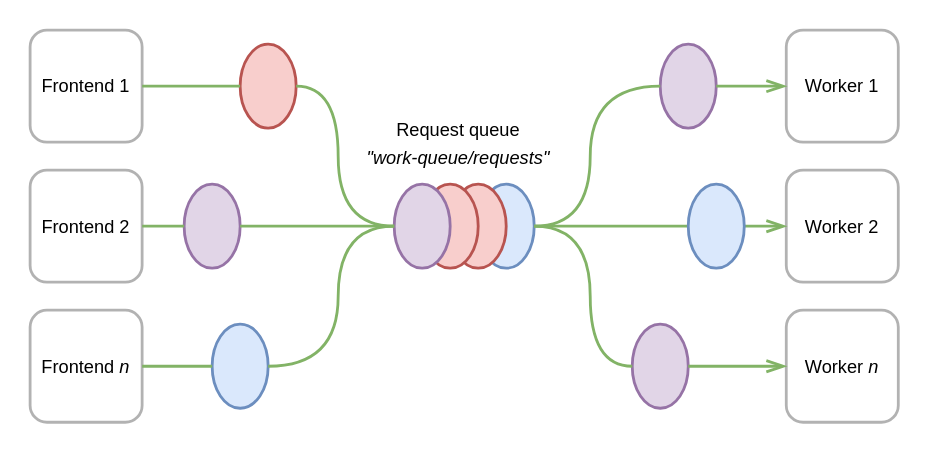
Above: docs/images/requests.svg in ssorj/upstate (draw.io), before the change. Source tidied: cells renumbered, new cells last; positions are measured from the earlier drawing's top-left corner, leaving out a move shared by most shapes. Source of this version:
```xml
<mxGraphModel>
  <root>
    <mxCell id="0" />
    <mxCell id="1" parent="0" />
    <mxCell id="2" style="ellipse;whiteSpace=wrap;html=1;strokeWidth=2;strokeColor=#6c8ebf;fontSize=13;fillColor=#dae8fc;" parent="1" vertex="1">
      <mxGeometry x="320" y="110" width="40" height="60" as="geometry" />
    </mxCell>
    <mxCell id="3" style="ellipse;whiteSpace=wrap;html=1;strokeWidth=2;strokeColor=#b85450;fontSize=13;fillColor=#f8cecc;" parent="1" vertex="1">
      <mxGeometry x="300" y="110" width="40" height="60" as="geometry" />
    </mxCell>
    <mxCell id="4" style="ellipse;whiteSpace=wrap;html=1;strokeWidth=2;strokeColor=#b85450;fontSize=13;fillColor=#f8cecc;" parent="1" vertex="1">
      <mxGeometry x="280" y="110" width="40" height="60" as="geometry" />
    </mxCell>
    <mxCell id="5" style="ellipse;whiteSpace=wrap;html=1;strokeWidth=2;strokeColor=#9673a6;fontSize=13;fillColor=#e1d5e7;" parent="1" vertex="1">
      <mxGeometry x="260" y="110" width="40" height="60" as="geometry" />
    </mxCell>
    <mxCell id="6" value="&lt;font style=&quot;font-size: 13px; line-height: 150%;&quot;&gt;Request queue&lt;br style=&quot;font-size: 13px;&quot;&gt;&lt;i style=&quot;font-size: 13px;&quot;&gt;&quot;work-queue/requests&quot;&lt;/i&gt;&lt;br style=&quot;font-size: 13px;&quot;&gt;&lt;/font&gt;" style="text;html=1;strokeColor=none;fillColor=none;align=center;verticalAlign=middle;whiteSpace=wrap;rounded=0;fontSize=13;" parent="1" vertex="1">
      <mxGeometry x="220" y="60" width="170" height="40" as="geometry" />
    </mxCell>
    <mxCell id="7" value="Worker 1" style="rounded=1;whiteSpace=wrap;html=1;strokeWidth=2;opacity=30;fontSize=13;fontFamily=Helvetica;" parent="1" vertex="1">
      <mxGeometry x="540" width="80" height="80" as="geometry" />
    </mxCell>
    <mxCell id="8" value="Worker 2" style="rounded=1;whiteSpace=wrap;html=1;strokeWidth=2;opacity=30;fontSize=13;fontFamily=Helvetica;" parent="1" vertex="1">
      <mxGeometry x="540" y="100" width="80" height="80" as="geometry" />
    </mxCell>
    <mxCell id="9" value="Worker &lt;i style=&quot;font-size: 13px;&quot;&gt;n&lt;/i&gt;&lt;br style=&quot;font-size: 13px;&quot;&gt;" style="rounded=1;whiteSpace=wrap;html=1;strokeWidth=2;opacity=30;fontSize=13;fontFamily=Helvetica;" parent="1" vertex="1">
      <mxGeometry x="540" y="200" width="80" height="80" as="geometry" />
    </mxCell>
    <mxCell id="10" style="ellipse;whiteSpace=wrap;html=1;strokeWidth=2;strokeColor=#9673a6;fontSize=13;fillColor=#e1d5e7;" parent="1" vertex="1">
      <mxGeometry x="450" y="10" width="40" height="60" as="geometry" />
    </mxCell>
    <mxCell id="11" style="ellipse;whiteSpace=wrap;html=1;strokeWidth=2;strokeColor=#9673a6;fontSize=13;fillColor=#e1d5e7;" parent="1" vertex="1">
      <mxGeometry x="430" y="210" width="40" height="60" as="geometry" />
    </mxCell>
    <mxCell id="12" style="edgeStyle=orthogonalEdgeStyle;html=1;exitX=1;exitY=0.5;entryX=0;entryY=0.5;jettySize=auto;curved=1;endArrow=openThin;endFill=0;endSize=10;targetPerimeterSpacing=0;sourcePerimeterSpacing=0;comic=0;strokeWidth=2;fillColor=#d5e8d4;strokeColor=#82b366;fontSize=13;" parent="1" edge="1" source="14" target="8">
      <mxGeometry relative="1" as="geometry" />
    </mxCell>
    <mxCell id="13" style="edgeStyle=orthogonalEdgeStyle;html=1;exitX=1;exitY=0.5;entryX=0;entryY=0.5;jettySize=auto;curved=1;endArrow=none;endFill=0;endSize=10;targetPerimeterSpacing=0;sourcePerimeterSpacing=0;comic=0;strokeWidth=2;fillColor=#d5e8d4;strokeColor=#82b366;fontSize=13;" parent="1" edge="1" source="2" target="14">
      <mxGeometry relative="1" as="geometry" />
    </mxCell>
    <mxCell id="14" style="ellipse;whiteSpace=wrap;html=1;strokeWidth=2;strokeColor=#6c8ebf;fontSize=13;fillColor=#dae8fc;" parent="1" vertex="1">
      <mxGeometry x="470" y="110" width="40" height="60" as="geometry" />
    </mxCell>
    <mxCell id="15" style="edgeStyle=orthogonalEdgeStyle;html=1;exitX=1;exitY=0.5;entryX=0;entryY=0.5;jettySize=auto;curved=1;endArrow=none;endFill=0;endSize=10;targetPerimeterSpacing=0;sourcePerimeterSpacing=0;comic=0;strokeWidth=2;fillColor=#d5e8d4;strokeColor=#82b366;fontSize=13;" parent="1" edge="1" source="2" target="11">
      <mxGeometry relative="1" as="geometry">
        <Array as="points">
          <mxPoint x="400" y="140" />
          <mxPoint x="400" y="240" />
        </Array>
      </mxGeometry>
    </mxCell>
    <mxCell id="16" style="edgeStyle=orthogonalEdgeStyle;html=1;exitX=1;exitY=0.5;entryX=0;entryY=0.5;jettySize=auto;curved=1;endArrow=openThin;endFill=0;endSize=10;targetPerimeterSpacing=0;sourcePerimeterSpacing=0;comic=0;strokeWidth=2;fillColor=#d5e8d4;strokeColor=#82b366;fontSize=13;" parent="1" edge="1" source="11" target="9">
      <mxGeometry relative="1" as="geometry" />
    </mxCell>
    <mxCell id="17" style="edgeStyle=orthogonalEdgeStyle;html=1;exitX=1;exitY=0.5;entryX=0;entryY=0.5;jettySize=auto;curved=1;endArrow=openThin;endFill=0;endSize=10;targetPerimeterSpacing=0;sourcePerimeterSpacing=0;comic=0;strokeWidth=2;fillColor=#d5e8d4;strokeColor=#82b366;fontSize=13;" parent="1" edge="1" source="10" target="7">
      <mxGeometry relative="1" as="geometry" />
    </mxCell>
    <mxCell id="18" style="edgeStyle=orthogonalEdgeStyle;html=1;exitX=1;exitY=0.5;jettySize=auto;curved=1;endArrow=none;endFill=0;endSize=10;targetPerimeterSpacing=0;sourcePerimeterSpacing=0;comic=0;strokeWidth=2;fillColor=#d5e8d4;strokeColor=#82b366;entryX=0;entryY=0.5;fontSize=13;" parent="1" edge="1" source="2" target="10">
      <mxGeometry relative="1" as="geometry">
        <Array as="points">
          <mxPoint x="400" y="140" />
          <mxPoint x="400" y="40" />
        </Array>
      </mxGeometry>
    </mxCell>
    <mxCell id="19" value="Frontend 1&lt;br style=&quot;font-size: 13px;&quot;&gt;" style="rounded=1;whiteSpace=wrap;html=1;strokeWidth=2;opacity=30;fontSize=13;fontFamily=Helvetica;" parent="1" vertex="1">
      <mxGeometry width="80" height="80" as="geometry" />
    </mxCell>
    <mxCell id="20" value="Frontend 2&lt;br style=&quot;font-size: 13px;&quot;&gt;" style="rounded=1;whiteSpace=wrap;html=1;strokeWidth=2;opacity=30;fontSize=13;fontFamily=Helvetica;" parent="1" vertex="1">
      <mxGeometry y="100" width="80" height="80" as="geometry" />
    </mxCell>
    <mxCell id="21" value="Frontend &lt;i style=&quot;font-size: 13px;&quot;&gt;n&lt;/i&gt;&lt;br style=&quot;font-size: 13px;&quot;&gt;" style="rounded=1;whiteSpace=wrap;html=1;strokeWidth=2;opacity=30;fontSize=13;fontFamily=Helvetica;" parent="1" vertex="1">
      <mxGeometry y="200" width="80" height="80" as="geometry" />
    </mxCell>
    <mxCell id="22" style="ellipse;whiteSpace=wrap;html=1;strokeWidth=2;strokeColor=#b85450;fontSize=13;fillColor=#f8cecc;" parent="1" vertex="1">
      <mxGeometry x="150" y="10" width="40" height="60" as="geometry" />
    </mxCell>
    <mxCell id="23" style="ellipse;whiteSpace=wrap;html=1;strokeWidth=2;strokeColor=#6c8ebf;fontSize=13;fillColor=#dae8fc;" parent="1" vertex="1">
      <mxGeometry x="130" y="210" width="40" height="60" as="geometry" />
    </mxCell>
    <mxCell id="24" style="ellipse;whiteSpace=wrap;html=1;strokeWidth=2;strokeColor=#9673a6;fontSize=13;fillColor=#e1d5e7;" parent="1" vertex="1">
      <mxGeometry x="110" y="110" width="40" height="60" as="geometry" />
    </mxCell>
    <mxCell id="25" style="edgeStyle=orthogonalEdgeStyle;html=1;exitX=0;exitY=0.5;jettySize=auto;curved=1;endArrow=none;endFill=0;endSize=10;targetPerimeterSpacing=0;sourcePerimeterSpacing=0;comic=0;strokeWidth=2;fillColor=#d5e8d4;strokeColor=#82b366;entryX=1;entryY=0.5;fontSize=13;" parent="1" edge="1" source="5" target="23">
      <mxGeometry relative="1" as="geometry">
        <Array as="points">
          <mxPoint x="220" y="140" />
          <mxPoint x="220" y="240" />
        </Array>
      </mxGeometry>
    </mxCell>
    <mxCell id="26" style="edgeStyle=orthogonalEdgeStyle;html=1;exitX=0;exitY=0.5;entryX=1;entryY=0.5;jettySize=auto;curved=1;endArrow=none;endFill=0;endSize=10;targetPerimeterSpacing=0;sourcePerimeterSpacing=0;comic=0;strokeWidth=2;fillColor=#d5e8d4;strokeColor=#82b366;fontSize=13;" parent="1" edge="1" source="5" target="24">
      <mxGeometry relative="1" as="geometry" />
    </mxCell>
    <mxCell id="27" style="edgeStyle=orthogonalEdgeStyle;html=1;exitX=0;exitY=0.5;entryX=1;entryY=0.5;jettySize=auto;curved=1;endArrow=none;endFill=0;endSize=10;targetPerimeterSpacing=0;sourcePerimeterSpacing=0;comic=0;strokeWidth=2;fillColor=#d5e8d4;strokeColor=#82b366;fontSize=13;" parent="1" edge="1" source="5" target="22">
      <mxGeometry relative="1" as="geometry">
        <Array as="points">
          <mxPoint x="220" y="140" />
          <mxPoint x="220" y="40" />
        </Array>
      </mxGeometry>
    </mxCell>
    <mxCell id="28" style="edgeStyle=orthogonalEdgeStyle;html=1;exitX=1;exitY=0.5;entryX=0;entryY=0.5;jettySize=auto;curved=1;endArrow=none;endFill=0;endSize=10;targetPerimeterSpacing=0;sourcePerimeterSpacing=0;comic=0;strokeWidth=2;fillColor=#d5e8d4;strokeColor=#82b366;fontSize=13;" parent="1" edge="1" source="19" target="22">
      <mxGeometry relative="1" as="geometry" />
    </mxCell>
    <mxCell id="29" style="edgeStyle=orthogonalEdgeStyle;html=1;exitX=1;exitY=0.5;entryX=0;entryY=0.5;jettySize=auto;curved=1;endArrow=none;endFill=0;endSize=10;targetPerimeterSpacing=0;sourcePerimeterSpacing=0;comic=0;strokeWidth=2;fillColor=#d5e8d4;strokeColor=#82b366;fontSize=13;" parent="1" edge="1" source="20" target="24">
      <mxGeometry relative="1" as="geometry" />
    </mxCell>
    <mxCell id="30" style="edgeStyle=orthogonalEdgeStyle;html=1;exitX=1;exitY=0.5;entryX=0;entryY=0.5;jettySize=auto;curved=1;endArrow=none;endFill=0;endSize=10;targetPerimeterSpacing=0;sourcePerimeterSpacing=0;comic=0;strokeWidth=2;fillColor=#d5e8d4;strokeColor=#82b366;fontSize=13;" parent="1" edge="1" source="21" target="23">
      <mxGeometry relative="1" as="geometry" />
    </mxCell>
  </root>
</mxGraphModel>
```
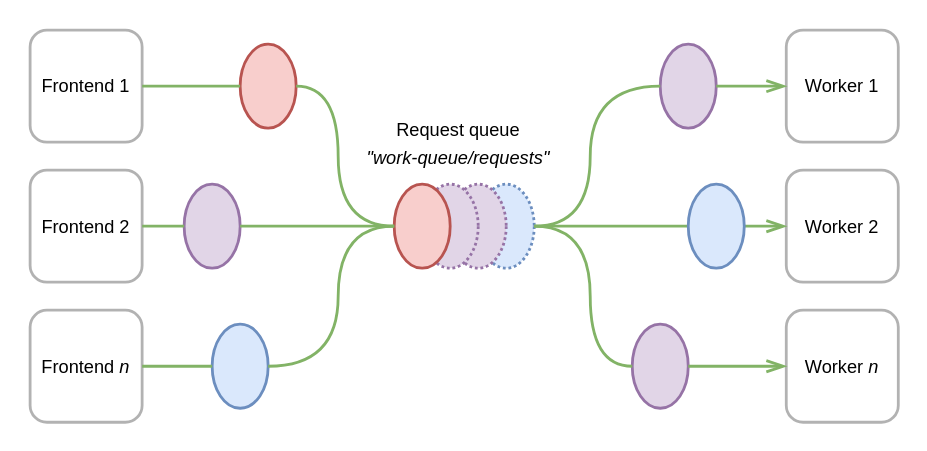
The same file after the commit.

The edit, as a diff of the source:
```diff
@@ -2,16 +2,16 @@
   <root>
     <mxCell id="0" />
     <mxCell id="1" parent="0" />
-    <mxCell id="2" style="ellipse;whiteSpace=wrap;html=1;strokeWidth=2;strokeColor=#6c8ebf;fontSize=13;fillColor=#dae8fc;" parent="1" vertex="1">
+    <mxCell id="2" style="ellipse;whiteSpace=wrap;html=1;strokeWidth=2;strokeColor=#6c8ebf;fontSize=13;fillColor=#dae8fc;dashed=1;dashPattern=1 1;" parent="1" vertex="1">
       <mxGeometry x="320" y="110" width="40" height="60" as="geometry" />
     </mxCell>
-    <mxCell id="3" style="ellipse;whiteSpace=wrap;html=1;strokeWidth=2;strokeColor=#b85450;fontSize=13;fillColor=#f8cecc;" parent="1" vertex="1">
+    <mxCell id="3" style="ellipse;whiteSpace=wrap;html=1;strokeWidth=2;strokeColor=#9673a6;fontSize=13;fillColor=#e1d5e7;dashed=1;dashPattern=1 1;" parent="1" vertex="1">
       <mxGeometry x="300" y="110" width="40" height="60" as="geometry" />
     </mxCell>
-    <mxCell id="4" style="ellipse;whiteSpace=wrap;html=1;strokeWidth=2;strokeColor=#b85450;fontSize=13;fillColor=#f8cecc;" parent="1" vertex="1">
+    <mxCell id="4" style="ellipse;whiteSpace=wrap;html=1;strokeWidth=2;strokeColor=#9673a6;fontSize=13;fillColor=#e1d5e7;dashed=1;dashPattern=1 1;" parent="1" vertex="1">
       <mxGeometry x="280" y="110" width="40" height="60" as="geometry" />
     </mxCell>
-    <mxCell id="5" style="ellipse;whiteSpace=wrap;html=1;strokeWidth=2;strokeColor=#9673a6;fontSize=13;fillColor=#e1d5e7;" parent="1" vertex="1">
+    <mxCell id="5" style="ellipse;whiteSpace=wrap;html=1;strokeWidth=2;strokeColor=#b85450;fontSize=13;fillColor=#f8cecc;" parent="1" vertex="1">
       <mxGeometry x="260" y="110" width="40" height="60" as="geometry" />
     </mxCell>
     <mxCell id="6" value="&lt;font style=&quot;font-size: 13px; line-height: 150%;&quot;&gt;Request queue&lt;br style=&quot;font-size: 13px;&quot;&gt;&lt;i style=&quot;font-size: 13px;&quot;&gt;&quot;work-queue/requests&quot;&lt;/i&gt;&lt;br style=&quot;font-size: 13px;&quot;&gt;&lt;/font&gt;" style="text;html=1;strokeColor=none;fillColor=none;align=center;verticalAlign=middle;whiteSpace=wrap;rounded=0;fontSize=13;" parent="1" vertex="1">
```
